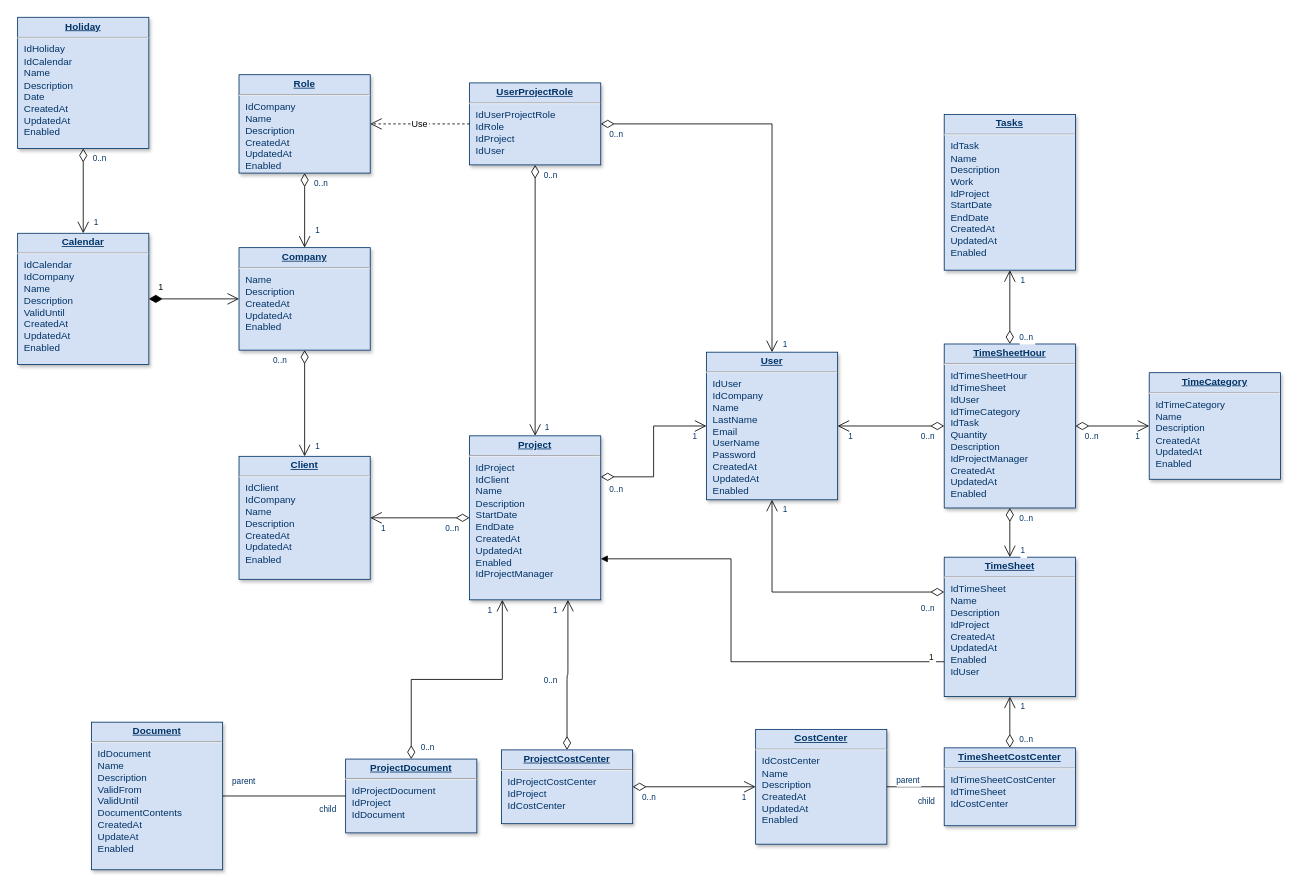
Above: Diagrama sin título.drawio in Susanaxz/diagrams (draw.io), before the change. Source tidied: cells renumbered, new cells numbered last; positions are measured from the earlier drawing's top-left corner, leaving out a move shared by most shapes. Both pictures are drawn from the tidied source at 82%, with x=0, y=0 at pixel (17, 17).
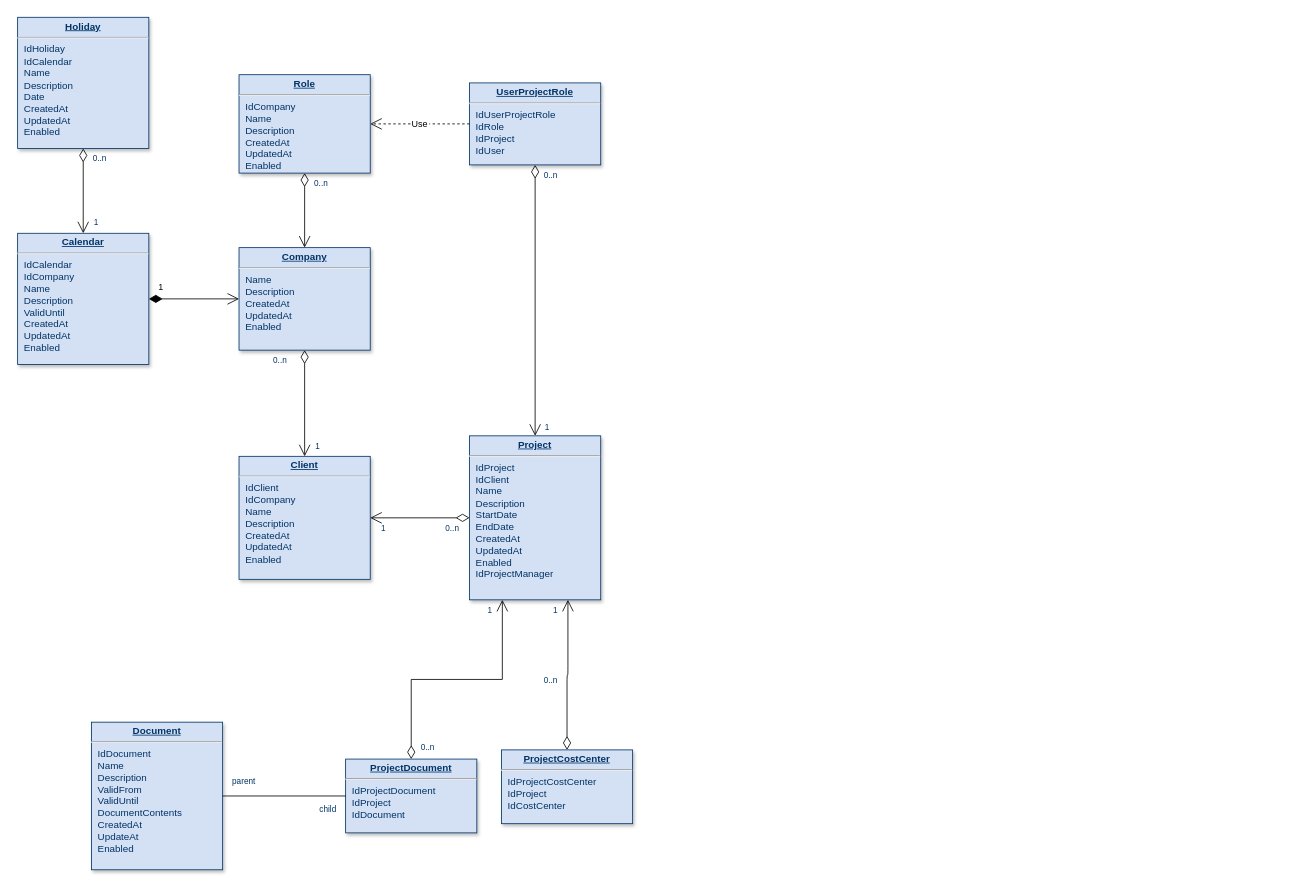
The same page after the edit.

Commit message:
Entity-Relationship (ER) diagrams

The change refers to these unchanged cells:
```xml
<mxCell id="6" value="&lt;p style=&quot;margin: 0px; margin-top: 4px; text-align: center; text-decoration: underline;&quot;&gt;&lt;strong&gt;UserProjectRole&lt;/strong&gt;&lt;/p&gt;&lt;hr /&gt;&lt;p style=&quot;margin: 0px; margin-left: 8px;&quot;&gt;IdUserProjectRole&lt;/p&gt;&lt;p style=&quot;margin: 0px; margin-left: 8px;&quot;&gt;IdRole&lt;/p&gt;&lt;p style=&quot;margin: 0px; margin-left: 8px;&quot;&gt;IdProject&lt;/p&gt;&lt;p style=&quot;margin: 0px; margin-left: 8px;&quot;&gt;IdUser&lt;/p&gt;" style="verticalAlign=top;align=left;overflow=fill;fontSize=12;fontFamily=Helvetica;html=1;strokeColor=#003366;shadow=1;fillColor=#D4E1F5;fontColor=#003366;" parent="1" vertex="1">
  <mxGeometry x="551.1" y="79.6" width="160" height="100" as="geometry" />
</mxCell>
<mxCell id="12" value="&lt;p style=&quot;margin: 0px; margin-top: 4px; text-align: center; text-decoration: underline;&quot;&gt;&lt;strong&gt;Project&lt;/strong&gt;&lt;/p&gt;&lt;hr /&gt;&lt;p style=&quot;margin: 0px; margin-left: 8px;&quot;&gt;IdProject&lt;/p&gt;&lt;p style=&quot;margin: 0px; margin-left: 8px;&quot;&gt;IdClient&lt;/p&gt;&lt;p style=&quot;margin: 0px; margin-left: 8px;&quot;&gt;Name&lt;/p&gt;&lt;p style=&quot;margin: 0px; margin-left: 8px;&quot;&gt;Description&lt;/p&gt;&lt;p style=&quot;margin: 0px; margin-left: 8px;&quot;&gt;StartDate&lt;/p&gt;&lt;p style=&quot;margin: 0px; margin-left: 8px;&quot;&gt;EndDate&lt;/p&gt;&lt;p style=&quot;margin: 0px; margin-left: 8px;&quot;&gt;CreatedAt&lt;/p&gt;&lt;p style=&quot;margin: 0px; margin-left: 8px;&quot;&gt;UpdatedAt&lt;/p&gt;&lt;p style=&quot;margin: 0px; margin-left: 8px;&quot;&gt;Enabled&lt;br /&gt;IdProjectManager&lt;/p&gt;" style="verticalAlign=top;align=left;overflow=fill;fontSize=12;fontFamily=Helvetica;html=1;strokeColor=#003366;shadow=1;fillColor=#D4E1F5;fontColor=#003366;" parent="1" vertex="1">
  <mxGeometry x="551.1" y="510" width="160" height="200" as="geometry" />
</mxCell>
<mxCell id="16" value="&lt;p style=&quot;margin: 0px; margin-top: 4px; text-align: center; text-decoration: underline;&quot;&gt;&lt;strong&gt;ProjectCostCenter&lt;/strong&gt;&lt;/p&gt;&lt;hr /&gt;&lt;p style=&quot;margin: 0px; margin-left: 8px;&quot;&gt;IdProjectCostCenter&lt;/p&gt;&lt;p style=&quot;margin: 0px; margin-left: 8px;&quot;&gt;IdProject&lt;/p&gt;&lt;p style=&quot;margin: 0px; margin-left: 8px;&quot;&gt;IdCostCenter&lt;/p&gt;" style="verticalAlign=top;align=left;overflow=fill;fontSize=12;fontFamily=Helvetica;html=1;strokeColor=#003366;shadow=1;fillColor=#D4E1F5;fontColor=#003366;" parent="1" vertex="1">
  <mxGeometry x="590" y="893" width="160" height="90" as="geometry" />
</mxCell>
<mxCell id="19" style="endArrow=open;endSize=12;startArrow=diamondThin;startSize=14;startFill=0;edgeStyle=orthogonalEdgeStyle;" parent="1" edge="1" source="2" target="3">
  <mxGeometry y="160" as="geometry" />
</mxCell>
```

Diff of the diagram source:
```diff
@@
-    <mxCell id="5" value="&lt;p style=&quot;margin: 0px; margin-top: 4px; text-align: center; text-decoration: underline;&quot;&gt;&lt;strong&gt;User&lt;/strong&gt;&lt;/p&gt;&lt;hr /&gt;&lt;p style=&quot;margin: 0px; margin-left: 8px;&quot;&gt;IdUser&lt;/p&gt;&lt;p style=&quot;margin: 0px; margin-left: 8px;&quot;&gt;IdCompany&lt;/p&gt;&lt;p style=&quot;margin: 0px; margin-left: 8px;&quot;&gt;Name&lt;/p&gt;&lt;p style=&quot;margin: 0px; margin-left: 8px;&quot;&gt;LastName&lt;/p&gt;&lt;p style=&quot;margin: 0px; margin-left: 8px;&quot;&gt;Email&lt;/p&gt;&lt;p style=&quot;margin: 0px; margin-left: 8px;&quot;&gt;UserName&lt;/p&gt;&lt;p style=&quot;margin: 0px; margin-left: 8px;&quot;&gt;Password&lt;/p&gt;&lt;p style=&quot;margin: 0px; margin-left: 8px;&quot;&gt;CreatedAt&lt;/p&gt;&lt;p style=&quot;margin: 0px; margin-left: 8px;&quot;&gt;UpdatedAt&lt;/p&gt;&lt;p style=&quot;margin: 0px; margin-left: 8px;&quot;&gt;Enabled&lt;/p&gt;" style="verticalAlign=top;align=left;overflow=fill;fontSize=12;fontFamily=Helvetica;html=1;strokeColor=#003366;shadow=1;fillColor=#D4E1F5;fontColor=#003366;" parent="1" vertex="1">
-      <mxGeometry x="840" y="408" width="160" height="180" as="geometry" />
-    </mxCell>
@@
-    <mxCell id="9" value="&lt;p style=&quot;margin: 0px; margin-top: 4px; text-align: center; text-decoration: underline;&quot;&gt;&lt;strong&gt;TimeSheet&lt;/strong&gt;&lt;/p&gt;&lt;hr /&gt;&lt;p style=&quot;margin: 0px; margin-left: 8px;&quot;&gt;IdTimeSheet&lt;/p&gt;&lt;p style=&quot;margin: 0px; margin-left: 8px;&quot;&gt;Name&lt;/p&gt;&lt;p style=&quot;margin: 0px; margin-left: 8px;&quot;&gt;Description&lt;/p&gt;&lt;p style=&quot;margin: 0px; margin-left: 8px;&quot;&gt;IdProject&lt;/p&gt;&lt;p style=&quot;margin: 0px; margin-left: 8px;&quot;&gt;CreatedAt&lt;/p&gt;&lt;p style=&quot;margin: 0px; margin-left: 8px;&quot;&gt;UpdatedAt&lt;/p&gt;&lt;p style=&quot;margin: 0px; margin-left: 8px;&quot;&gt;Enabled&lt;/p&gt;&lt;p style=&quot;margin: 0px; margin-left: 8px;&quot;&gt;IdUser&lt;/p&gt;" style="verticalAlign=top;align=left;overflow=fill;fontSize=12;fontFamily=Helvetica;html=1;strokeColor=#003366;shadow=1;fillColor=#D4E1F5;fontColor=#003366;" parent="1" vertex="1">
-      <mxGeometry x="1130" y="658" width="160" height="170" as="geometry" />
-    </mxCell>
-    <mxCell id="10" value="&lt;p style=&quot;margin: 0px; margin-top: 4px; text-align: center; text-decoration: underline;&quot;&gt;&lt;strong&gt;TimeSheetHour&lt;/strong&gt;&lt;/p&gt;&lt;hr /&gt;&lt;p style=&quot;margin: 0px; margin-left: 8px;&quot;&gt;IdTimeSheetHour&lt;br /&gt;IdTimeSheet&lt;/p&gt;&lt;p style=&quot;margin: 0px; margin-left: 8px;&quot;&gt;IdUser&lt;/p&gt;&lt;p style=&quot;margin: 0px; margin-left: 8px;&quot;&gt;IdTimeCategory&lt;/p&gt;&lt;p style=&quot;margin: 0px; margin-left: 8px;&quot;&gt;IdTask&lt;/p&gt;&lt;p style=&quot;margin: 0px; margin-left: 8px;&quot;&gt;Quantity&lt;/p&gt;&lt;p style=&quot;margin: 0px; margin-left: 8px;&quot;&gt;Description&lt;/p&gt;&lt;p style=&quot;margin: 0px; margin-left: 8px;&quot;&gt;IdProjectManager&lt;/p&gt;&lt;p style=&quot;margin: 0px; margin-left: 8px;&quot;&gt;CreatedAt&lt;/p&gt;&lt;p style=&quot;margin: 0px; margin-left: 8px;&quot;&gt;UpdatedAt&lt;/p&gt;&lt;p style=&quot;margin: 0px; margin-left: 8px;&quot;&gt;Enabled&lt;/p&gt;" style="verticalAlign=top;align=left;overflow=fill;fontSize=12;fontFamily=Helvetica;html=1;strokeColor=#003366;shadow=1;fillColor=#D4E1F5;fontColor=#003366;" parent="1" vertex="1">
-      <mxGeometry x="1130" y="398" width="160" height="200" as="geometry" />
-    </mxCell>
@@
-    <mxCell id="13" value="&lt;p style=&quot;margin: 0px; margin-top: 4px; text-align: center; text-decoration: underline;&quot;&gt;&lt;strong&gt;TimeCategory&lt;/strong&gt;&lt;/p&gt;&lt;hr /&gt;&lt;p style=&quot;margin: 0px; margin-left: 8px;&quot;&gt;IdTimeCategory&lt;/p&gt;&lt;p style=&quot;margin: 0px; margin-left: 8px;&quot;&gt;Name&lt;/p&gt;&lt;p style=&quot;margin: 0px; margin-left: 8px;&quot;&gt;Description&lt;/p&gt;&lt;p style=&quot;margin: 0px; margin-left: 8px;&quot;&gt;CreatedAt&lt;/p&gt;&lt;p style=&quot;margin: 0px; margin-left: 8px;&quot;&gt;UpdatedAt&lt;/p&gt;&lt;p style=&quot;margin: 0px; margin-left: 8px;&quot;&gt;Enabled&lt;/p&gt;" style="verticalAlign=top;align=left;overflow=fill;fontSize=12;fontFamily=Helvetica;html=1;strokeColor=#003366;shadow=1;fillColor=#D4E1F5;fontColor=#003366;" parent="1" vertex="1">
-      <mxGeometry x="1380" y="433" width="160" height="130" as="geometry" />
-    </mxCell>
-    <mxCell id="14" value="&lt;p style=&quot;margin: 0px; margin-top: 4px; text-align: center; text-decoration: underline;&quot;&gt;&lt;strong&gt;TimeSheetCostCenter&lt;/strong&gt;&lt;/p&gt;&lt;hr /&gt;&lt;p style=&quot;margin: 0px; margin-left: 8px;&quot;&gt;IdTimeSheetCostCenter&lt;/p&gt;&lt;p style=&quot;margin: 0px; margin-left: 8px;&quot;&gt;IdTimeSheet&lt;/p&gt;&lt;p style=&quot;margin: 0px; margin-left: 8px;&quot;&gt;IdCostCenter&lt;/p&gt;" style="verticalAlign=top;align=left;overflow=fill;fontSize=12;fontFamily=Helvetica;html=1;strokeColor=#003366;shadow=1;fillColor=#D4E1F5;fontColor=#003366;" parent="1" vertex="1">
-      <mxGeometry x="1130" y="890.5" width="160" height="95" as="geometry" />
-    </mxCell>
-    <mxCell id="15" value="&lt;p style=&quot;margin: 0px; margin-top: 4px; text-align: center; text-decoration: underline;&quot;&gt;&lt;strong&gt;CostCenter&lt;/strong&gt;&lt;/p&gt;&lt;hr /&gt;&lt;p style=&quot;margin: 0px; margin-left: 8px;&quot;&gt;IdCostCenter&lt;/p&gt;&lt;p style=&quot;margin: 0px; margin-left: 8px;&quot;&gt;Name&lt;/p&gt;&lt;p style=&quot;margin: 0px; margin-left: 8px;&quot;&gt;Description&lt;/p&gt;&lt;p style=&quot;margin: 0px; margin-left: 8px;&quot;&gt;CreatedAt&lt;/p&gt;&lt;p style=&quot;margin: 0px; margin-left: 8px;&quot;&gt;UpdatedAt&lt;/p&gt;&lt;p style=&quot;margin: 0px; margin-left: 8px;&quot;&gt;Enabled&lt;/p&gt;" style="verticalAlign=top;align=left;overflow=fill;fontSize=12;fontFamily=Helvetica;html=1;strokeColor=#003366;shadow=1;fillColor=#D4E1F5;fontColor=#003366;" parent="1" vertex="1">
-      <mxGeometry x="900" y="868" width="160" height="140" as="geometry" />
-    </mxCell>
@@
-    <mxCell id="18" value="&lt;p style=&quot;margin: 0px; margin-top: 4px; text-align: center; text-decoration: underline;&quot;&gt;&lt;strong&gt;Tasks&lt;/strong&gt;&lt;/p&gt;&lt;hr /&gt;&lt;p style=&quot;margin: 0px; margin-left: 8px;&quot;&gt;IdTask&lt;/p&gt;&lt;p style=&quot;margin: 0px; margin-left: 8px;&quot;&gt;Name&lt;/p&gt;&lt;p style=&quot;margin: 0px; margin-left: 8px;&quot;&gt;Description&lt;/p&gt;&lt;p style=&quot;margin: 0px; margin-left: 8px;&quot;&gt;Work&lt;/p&gt;&lt;p style=&quot;margin: 0px; margin-left: 8px;&quot;&gt;IdProject&lt;/p&gt;&lt;p style=&quot;margin: 0px; margin-left: 8px;&quot;&gt;StartDate&lt;/p&gt;&lt;p style=&quot;margin: 0px; margin-left: 8px;&quot;&gt;EndDate&lt;/p&gt;&lt;p style=&quot;margin: 0px; margin-left: 8px;&quot;&gt;CreatedAt&lt;/p&gt;&lt;p style=&quot;margin: 0px; margin-left: 8px;&quot;&gt;UpdatedAt&lt;/p&gt;&lt;p style=&quot;margin: 0px; margin-left: 8px;&quot;&gt;Enabled&lt;/p&gt;" style="verticalAlign=top;align=left;overflow=fill;fontSize=12;fontFamily=Helvetica;html=1;strokeColor=#003366;shadow=1;fillColor=#D4E1F5;fontColor=#003366;" parent="1" vertex="1">
-      <mxGeometry x="1130" y="118" width="160" height="190" as="geometry" />
-    </mxCell>
@@
-    <mxCell id="21" value="1" style="align=right;verticalAlign=top;labelBackgroundColor=#ffffff;fontSize=10;strokeColor=#003366;shadow=1;fillColor=#D4E1F5;fontColor=#003366;" parent="19" vertex="1">
-      <mxGeometry x="1" relative="1" as="geometry">
-        <mxPoint x="590" y="105" as="offset" />
-      </mxGeometry>
-    </mxCell>
-    <mxCell id="22" style="endArrow=open;endSize=12;startArrow=diamondThin;startSize=14;startFill=0;edgeStyle=orthogonalEdgeStyle;rounded=0;" parent="1" edge="1" source="6" target="5">
-      <mxGeometry x="519.4" y="180" as="geometry" />
-    </mxCell>
-    <mxCell id="23" value="0..n" style="align=left;verticalAlign=top;labelBackgroundColor=#ffffff;fontSize=10;strokeColor=#003366;shadow=1;fillColor=#D4E1F5;fontColor=#003366;" parent="22" vertex="1">
-      <mxGeometry x="-1" relative="1" as="geometry">
-        <mxPoint x="8.9" as="offset" />
-      </mxGeometry>
-    </mxCell>
-    <mxCell id="24" value="1" style="align=right;verticalAlign=top;labelBackgroundColor=#ffffff;fontSize=10;strokeColor=#003366;shadow=1;fillColor=#D4E1F5;fontColor=#003366;" parent="22" vertex="1">
-      <mxGeometry x="1" relative="1" as="geometry">
-        <mxPoint x="-550" y="-160" as="offset" />
-      </mxGeometry>
-    </mxCell>
-    <mxCell id="25" style="endArrow=open;endSize=12;startArrow=diamondThin;startSize=14;startFill=0;edgeStyle=orthogonalEdgeStyle;exitX=1;exitY=0.25;rounded=0;" parent="1" edge="1" source="12" target="5">
-      <mxGeometry x="769.4" y="450" as="geometry" />
-    </mxCell>
-    <mxCell id="26" value="0..n" style="align=left;verticalAlign=top;labelBackgroundColor=#ffffff;fontSize=10;strokeColor=#003366;shadow=1;fillColor=#D4E1F5;fontColor=#003366;" parent="25" vertex="1">
-      <mxGeometry x="-1" relative="1" as="geometry">
-        <mxPoint x="8.9" y="3" as="offset" />
-      </mxGeometry>
-    </mxCell>
-    <mxCell id="27" value="1" style="align=right;verticalAlign=top;labelBackgroundColor=#ffffff;fontSize=10;strokeColor=#003366;shadow=1;fillColor=#D4E1F5;fontColor=#003366;" parent="25" vertex="1">
-      <mxGeometry x="1" relative="1" as="geometry">
-        <mxPoint x="-10" as="offset" />
-      </mxGeometry>
-    </mxCell>
@@
-    <mxCell id="31" style="endArrow=open;endSize=12;startArrow=diamondThin;startSize=14;startFill=0;edgeStyle=orthogonalEdgeStyle;exitX=0;exitY=0.25;rounded=0;" parent="1" edge="1" source="9" target="5">
-      <mxGeometry x="1209.4" y="170" as="geometry" />
-    </mxCell>
-    <mxCell id="32" value="0..n" style="align=left;verticalAlign=top;labelBackgroundColor=#ffffff;fontSize=10;strokeColor=#003366;shadow=1;fillColor=#D4E1F5;fontColor=#003366;" parent="31" vertex="1">
-      <mxGeometry x="-1" relative="1" as="geometry">
-        <mxPoint x="-30" y="7.5" as="offset" />
-      </mxGeometry>
-    </mxCell>
-    <mxCell id="33" value="1" style="align=right;verticalAlign=top;labelBackgroundColor=#ffffff;fontSize=10;strokeColor=#003366;shadow=1;fillColor=#D4E1F5;fontColor=#003366;" parent="31" vertex="1">
-      <mxGeometry x="1" relative="1" as="geometry">
-        <mxPoint x="20" as="offset" />
-      </mxGeometry>
-    </mxCell>
-    <mxCell id="34" style="endArrow=open;endSize=12;startArrow=diamondThin;startSize=14;startFill=0;edgeStyle=orthogonalEdgeStyle;" parent="1" edge="1" source="10" target="9">
-      <mxGeometry x="1269.4" y="180" as="geometry" />
-    </mxCell>
-    <mxCell id="35" value="0..n" style="align=left;verticalAlign=top;labelBackgroundColor=#ffffff;fontSize=10;strokeColor=#003366;shadow=1;fillColor=#D4E1F5;fontColor=#003366;" parent="34" vertex="1">
-      <mxGeometry x="-1" relative="1" as="geometry">
-        <mxPoint x="10" as="offset" />
-      </mxGeometry>
-    </mxCell>
-    <mxCell id="36" value="1" style="align=right;verticalAlign=top;labelBackgroundColor=#ffffff;fontSize=10;strokeColor=#003366;shadow=1;fillColor=#D4E1F5;fontColor=#003366;" parent="34" vertex="1">
-      <mxGeometry x="1" relative="1" as="geometry">
-        <mxPoint x="20" y="-20" as="offset" />
-      </mxGeometry>
-    </mxCell>
@@
-    <mxCell id="40" style="endArrow=open;endSize=12;startArrow=diamondThin;startSize=14;startFill=0;edgeStyle=orthogonalEdgeStyle;" parent="1" edge="1" source="16" target="15">
-      <mxGeometry x="469.4" y="526.2" as="geometry" />
-    </mxCell>
-    <mxCell id="41" value="0..n" style="align=left;verticalAlign=top;labelBackgroundColor=#ffffff;fontSize=10;strokeColor=#003366;shadow=1;fillColor=#D4E1F5;fontColor=#003366;" parent="40" vertex="1">
-      <mxGeometry x="-1" relative="1" as="geometry">
-        <mxPoint x="10" as="offset" />
-      </mxGeometry>
-    </mxCell>
-    <mxCell id="42" value="1" style="align=right;verticalAlign=top;labelBackgroundColor=#ffffff;fontSize=10;strokeColor=#003366;shadow=1;fillColor=#D4E1F5;fontColor=#003366;" parent="40" vertex="1">
-      <mxGeometry x="1" relative="1" as="geometry">
-        <mxPoint x="-10" as="offset" />
-      </mxGeometry>
-    </mxCell>
@@
-    <mxCell id="46" style="endArrow=open;endSize=12;startArrow=diamondThin;startSize=14;startFill=0;edgeStyle=orthogonalEdgeStyle;" parent="1" edge="1" source="14" target="9">
-      <mxGeometry x="1079.4" y="560" as="geometry" />
-    </mxCell>
-    <mxCell id="47" value="0..n" style="align=left;verticalAlign=top;labelBackgroundColor=#ffffff;fontSize=10;strokeColor=#003366;shadow=1;fillColor=#D4E1F5;fontColor=#003366;" parent="46" vertex="1">
-      <mxGeometry x="-1" relative="1" as="geometry">
-        <mxPoint x="10" y="-22.5" as="offset" />
-      </mxGeometry>
-    </mxCell>
-    <mxCell id="48" value="1" style="align=right;verticalAlign=top;labelBackgroundColor=#ffffff;fontSize=10;strokeColor=#003366;shadow=1;fillColor=#D4E1F5;fontColor=#003366;" parent="46" vertex="1">
-      <mxGeometry x="1" relative="1" as="geometry">
-        <mxPoint x="20" as="offset" />
-      </mxGeometry>
-    </mxCell>
-    <mxCell id="49" style="endArrow=open;endSize=12;startArrow=diamondThin;startSize=14;startFill=0;edgeStyle=orthogonalEdgeStyle;" parent="1" edge="1" source="10" target="13">
-      <mxGeometry x="1309.4" y="540" as="geometry" />
-    </mxCell>
-    <mxCell id="50" value="0..n" style="align=left;verticalAlign=top;labelBackgroundColor=#ffffff;fontSize=10;strokeColor=#003366;shadow=1;fillColor=#D4E1F5;fontColor=#003366;" parent="49" vertex="1">
-      <mxGeometry x="-1" relative="1" as="geometry">
-        <mxPoint x="10" as="offset" />
-      </mxGeometry>
-    </mxCell>
-    <mxCell id="51" value="1" style="align=right;verticalAlign=top;labelBackgroundColor=#ffffff;fontSize=10;strokeColor=#003366;shadow=1;fillColor=#D4E1F5;fontColor=#003366;" parent="49" vertex="1">
-      <mxGeometry x="1" relative="1" as="geometry">
-        <mxPoint x="-10" as="offset" />
-      </mxGeometry>
-    </mxCell>
-    <mxCell id="52" style="endArrow=open;endSize=12;startArrow=diamondThin;startSize=14;startFill=0;edgeStyle=orthogonalEdgeStyle;" parent="1" edge="1" source="10" target="18">
-      <mxGeometry x="1119.4" y="540" as="geometry" />
-    </mxCell>
-    <mxCell id="53" value="0..n" style="align=left;verticalAlign=top;labelBackgroundColor=#ffffff;fontSize=10;strokeColor=#003366;shadow=1;fillColor=#D4E1F5;fontColor=#003366;" parent="52" vertex="1">
-      <mxGeometry x="-1" relative="1" as="geometry">
-        <mxPoint x="10" y="-20" as="offset" />
-      </mxGeometry>
-    </mxCell>
-    <mxCell id="54" value="1" style="align=right;verticalAlign=top;labelBackgroundColor=#ffffff;fontSize=10;strokeColor=#003366;shadow=1;fillColor=#D4E1F5;fontColor=#003366;" parent="52" vertex="1">
-      <mxGeometry x="1" relative="1" as="geometry">
-        <mxPoint x="20" as="offset" />
-      </mxGeometry>
-    </mxCell>
-    <mxCell id="55" style="endArrow=open;endSize=12;startArrow=diamondThin;startSize=14;startFill=0;edgeStyle=orthogonalEdgeStyle;" parent="1" edge="1" source="10" target="5">
-      <mxGeometry x="1389.4" y="130" as="geometry" />
-    </mxCell>
-    <mxCell id="56" value="0..n" style="align=left;verticalAlign=top;labelBackgroundColor=#ffffff;fontSize=10;strokeColor=#003366;shadow=1;fillColor=#D4E1F5;fontColor=#003366;" parent="55" vertex="1">
-      <mxGeometry x="-1" relative="1" as="geometry">
-        <mxPoint x="-30" as="offset" />
-      </mxGeometry>
-    </mxCell>
-    <mxCell id="57" value="1" style="align=right;verticalAlign=top;labelBackgroundColor=#ffffff;fontSize=10;strokeColor=#003366;shadow=1;fillColor=#D4E1F5;fontColor=#003366;" parent="55" vertex="1">
-      <mxGeometry x="1" relative="1" as="geometry">
-        <mxPoint x="20" as="offset" />
-      </mxGeometry>
-    </mxCell>
@@
-    <mxCell id="72" style="endArrow=none;edgeStyle=orthogonalEdgeStyle;" parent="1" edge="1" source="15" target="14">
-      <mxGeometry x="910" y="972.5" as="geometry" />
-    </mxCell>
-    <mxCell id="73" value="parent" style="align=left;verticalAlign=bottom;labelBackgroundColor=#ffffff;fontSize=10;strokeColor=#003366;shadow=1;fillColor=#D4E1F5;fontColor=#003366;" parent="72" vertex="1">
-      <mxGeometry x="-1" relative="1" as="geometry">
-        <mxPoint x="10" as="offset" />
-      </mxGeometry>
-    </mxCell>
-    <mxCell id="74" value="child" style="align=right;verticalAlign=bottom;labelBackgroundColor=#ffffff;fontSize=10;strokeColor=#003366;shadow=1;fillColor=#D4E1F5;fontColor=#003366;" parent="72" vertex="1">
-      <mxGeometry x="1" relative="1" as="geometry">
-        <mxPoint x="-10" y="25" as="offset" />
-      </mxGeometry>
-    </mxCell>
-    <mxCell id="75" style="endArrow=block;endFill=1;edgeStyle=orthogonalEdgeStyle;align=left;verticalAlign=top;entryX=1;entryY=0.75;exitX=0;exitY=0.75;rounded=0;" parent="1" edge="1" source="9" target="12">
-      <mxGeometry x="-1" relative="1" as="geometry">
-        <Array as="points">
-          <mxPoint x="870" y="786" />
-          <mxPoint x="870" y="660" />
-        </Array>
-      </mxGeometry>
-    </mxCell>
-    <mxCell id="76" value="1" style="align=left;verticalAlign=bottom;labelBackgroundColor=#ffffff;fontSize=10;" parent="75" vertex="1">
-      <mxGeometry x="-1" relative="1" as="geometry">
-        <mxPoint x="-20" y="2.5" as="offset" />
-      </mxGeometry>
-    </mxCell>
```
